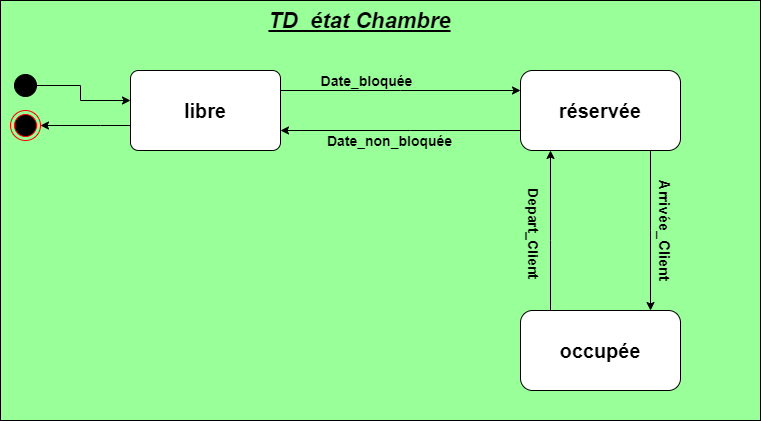
DialloLamine/UML keeps this draw.io diagram as TD_Chambre.png. Above is the earlier version. Source tidied: cells renumbered, new cells last; positions are measured from the earlier drawing's top-left corner, leaving out a move shared by most shapes.
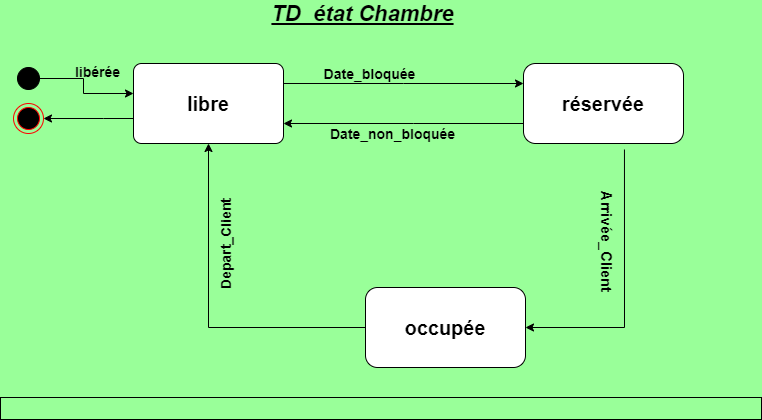
The same file after the commit.

What changed in the source:
```diff
@@ -21,11 +21,10 @@
     <mxCell id="4" value="&lt;b&gt;&lt;font style=&quot;font-size: 20px&quot;&gt;libre&lt;/font&gt;&lt;/b&gt;" style="rounded=1;arcSize=10;whiteSpace=wrap;html=1;align=center;" parent="1" vertex="1">
       <mxGeometry x="130" y="70" width="150" height="80" as="geometry" />
     </mxCell>
-    <mxCell id="5" style="edgeStyle=orthogonalEdgeStyle;rounded=0;jettySize=auto;html=1;" parent="1" edge="1" source="7" target="9">
+    <mxCell id="5" style="edgeStyle=orthogonalEdgeStyle;rounded=0;jettySize=auto;html=1;exitX=0.631;exitY=1.075;exitDx=0;exitDy=0;exitPerimeter=0;" parent="1" edge="1" source="7" target="9">
       <mxGeometry relative="1" as="geometry">
         <Array as="points">
-          <mxPoint x="650" y="230" />
-          <mxPoint x="650" y="230" />
+          <mxPoint x="621" y="334" />
         </Array>
       </mxGeometry>
     </mxCell>
@@ -40,16 +39,11 @@
     <mxCell id="7" value="&lt;font size=&quot;1&quot;&gt;&lt;b style=&quot;font-size: 20px&quot;&gt;réservée&lt;/b&gt;&lt;/font&gt;" style="rounded=1;whiteSpace=wrap;html=1;" parent="1" vertex="1">
       <mxGeometry x="520" y="70" width="160" height="80" as="geometry" />
     </mxCell>
-    <mxCell id="8" style="edgeStyle=orthogonalEdgeStyle;rounded=0;jettySize=auto;html=1;" parent="1" edge="1" source="9" target="7">
-      <mxGeometry relative="1" as="geometry">
-        <Array as="points">
-          <mxPoint x="550" y="240" />
-          <mxPoint x="550" y="240" />
-        </Array>
-      </mxGeometry>
-    </mxCell>
+    <mxCell id="19" style="edgeStyle=orthogonalEdgeStyle;rounded=0;jettySize=auto;html=1;entryX=0.5;entryY=1;entryDx=0;entryDy=0;" parent="1" edge="1" source="9" target="4">
+      <mxGeometry relative="1" as="geometry" />
+    </mxCell>
     <mxCell id="9" value="&lt;font size=&quot;1&quot;&gt;&lt;b style=&quot;font-size: 20px&quot;&gt;occupée&lt;/b&gt;&lt;/font&gt;" style="rounded=1;whiteSpace=wrap;html=1;" parent="1" vertex="1">
-      <mxGeometry x="520" y="310" width="160" height="80" as="geometry" />
+      <mxGeometry x="362" y="294" width="160" height="80" as="geometry" />
     </mxCell>
     <mxCell id="10" style="edgeStyle=orthogonalEdgeStyle;rounded=0;jettySize=auto;html=1;entryX=0;entryY=0.375;entryDx=0;entryDy=0;entryPerimeter=0;strokeColor=#000000;" parent="1" edge="1" target="4">
       <mxGeometry relative="1" as="geometry">
@@ -69,16 +63,19 @@
       <mxGeometry x="319" y="130" width="140" height="20" as="geometry" />
     </mxCell>
     <mxCell id="15" value="&lt;font style=&quot;font-size: 15px&quot;&gt;&lt;b&gt;Arrivée_Client&lt;/b&gt;&lt;/font&gt;" style="text;html=1;align=center;verticalAlign=middle;rotation=90;" parent="1" vertex="1">
-      <mxGeometry x="605" y="220" width="120" height="20" as="geometry" />
+      <mxGeometry x="544" y="238" width="120" height="20" as="geometry" />
     </mxCell>
-    <mxCell id="16" value="&lt;b&gt;&lt;font style=&quot;font-size: 14px&quot;&gt;Depart_Client&lt;/font&gt;&lt;/b&gt;" style="text;html=1;align=center;verticalAlign=middle;rotation=90;" parent="1" vertex="1">
-      <mxGeometry x="479" y="223" width="110" height="20" as="geometry" />
+    <mxCell id="16" value="&lt;b&gt;&lt;font style=&quot;font-size: 14px&quot;&gt;Depart_Client&lt;/font&gt;&lt;/b&gt;" style="text;html=1;align=center;verticalAlign=middle;rotation=-90;" parent="1" vertex="1">
+      <mxGeometry x="167" y="241" width="110" height="20" as="geometry" />
     </mxCell>
     <mxCell id="17" style="verticalLabelPosition=bottom;verticalAlign=top;html=1;shape=mxgraph.basic.rect;fillColor2=none;strokeWidth=1;size=20;indent=5;fillColor=none;gradientColor=none;" parent="1" vertex="1">
-      <mxGeometry width="760" height="420" as="geometry" />
+      <mxGeometry x="-3" y="404" width="761" height="22" as="geometry" />
     </mxCell>
     <mxCell id="18" value="&lt;b&gt;&lt;font style=&quot;font-size: 22px&quot;&gt;&lt;u&gt;&lt;i&gt;TD&amp;nbsp; état Chambre&lt;/i&gt;&lt;/u&gt;&lt;/font&gt;&lt;/b&gt;" style="text;html=1;align=center;verticalAlign=middle;" parent="1" vertex="1">
       <mxGeometry x="259" y="10" width="200" height="20" as="geometry" />
     </mxCell>
+    <mxCell id="20" value="&lt;b&gt;&lt;font style=&quot;font-size: 14px&quot;&gt;libérée&lt;/font&gt;&lt;/b&gt;" style="text;html=1;align=center;verticalAlign=middle;" parent="1" vertex="1">
+      <mxGeometry x="66" y="68" width="55" height="19" as="geometry" />
+    </mxCell>
   </root>
 </mxGraphModel>
```
